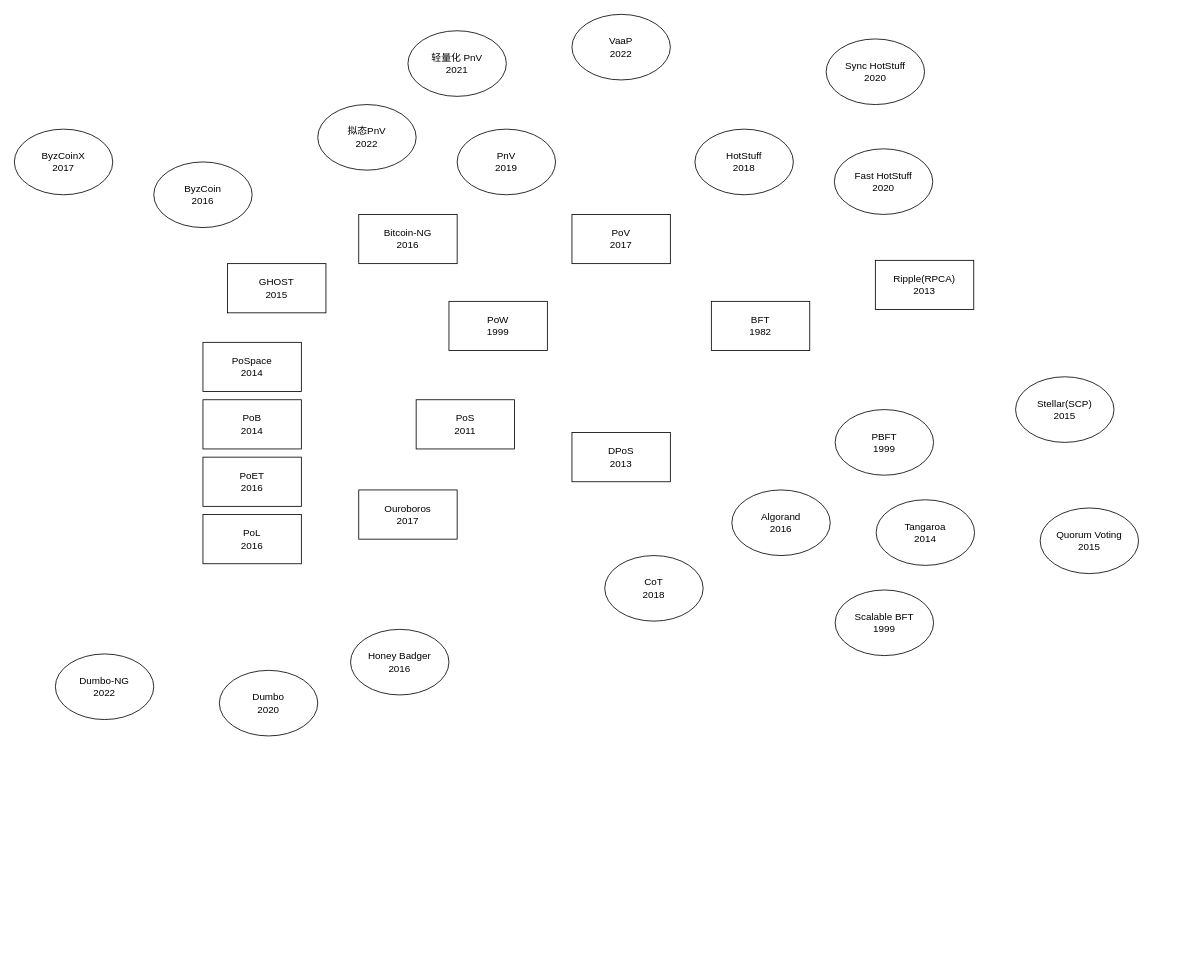
Earlier version of the draw.io diagram ppov.drawio (cynic-1/Graphs). Source tidied: cells renumbered, new cells numbered last; positions are measured from the earlier drawing's top-left corner, leaving out a move shared by most shapes. Both pictures are drawn from the tidied source at 82%, with x=0, y=0 at pixel (14, 14).
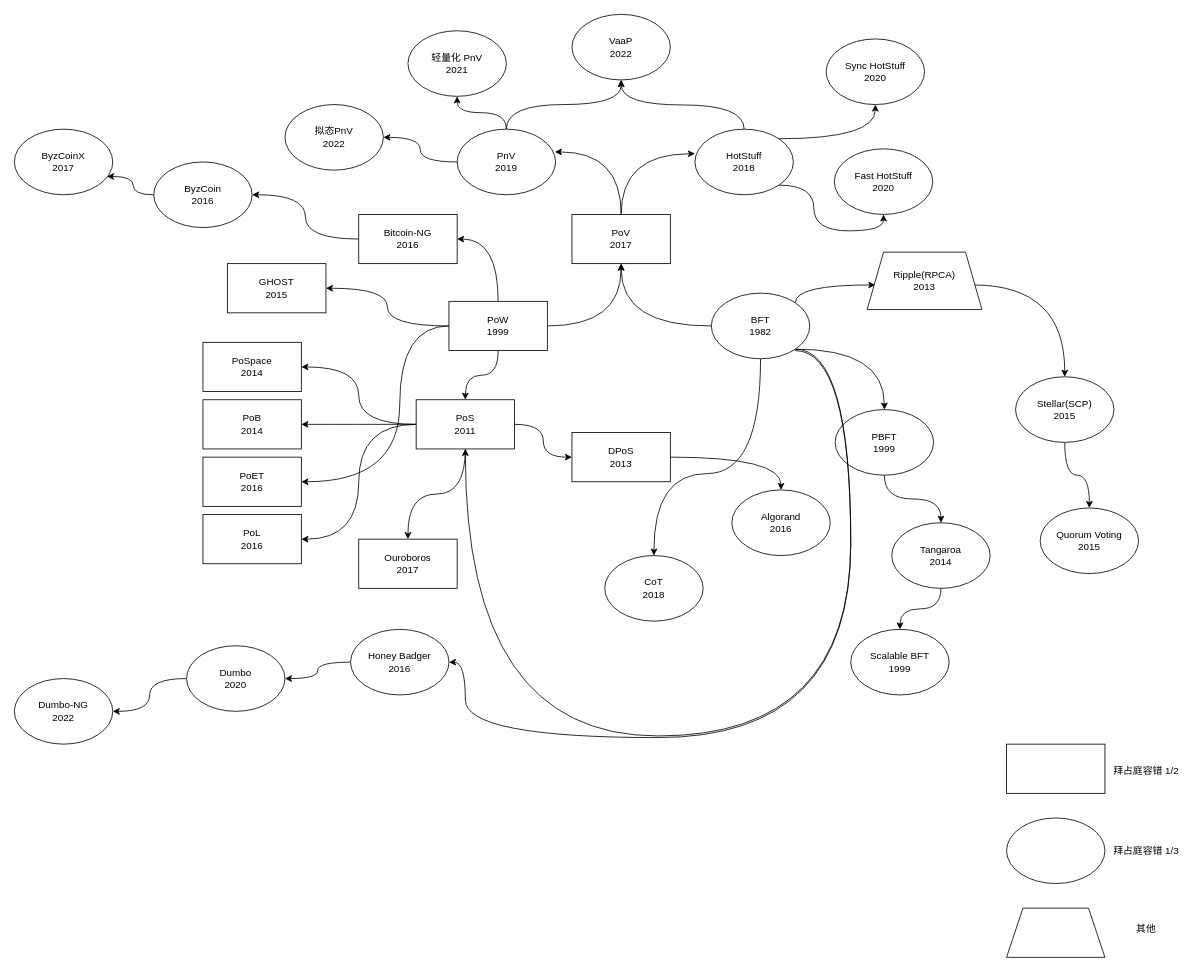
After the change.

The change refers to these unchanged cells:
```xml
<mxCell id="2" value="PoV&lt;br&gt;2017" style="rounded=0;whiteSpace=wrap;html=1;" parent="1" vertex="1">
  <mxGeometry x="680" y="244" width="120" height="60" as="geometry" />
</mxCell>
<mxCell id="3" value="PnV&lt;br&gt;2019" style="ellipse;whiteSpace=wrap;html=1;" parent="1" vertex="1">
  <mxGeometry x="540" y="140" width="120" height="80" as="geometry" />
</mxCell>
<mxCell id="4" value="HotStuff&lt;br&gt;2018" style="ellipse;whiteSpace=wrap;html=1;" parent="1" vertex="1">
  <mxGeometry x="830" y="140" width="120" height="80" as="geometry" />
</mxCell>
<mxCell id="5" value="PoW&lt;br&gt;1999" style="rounded=0;whiteSpace=wrap;html=1;" parent="1" vertex="1">
  <mxGeometry x="530" y="350" width="120" height="60" as="geometry" />
</mxCell>
<mxCell id="7" value="PoS&lt;br&gt;2011" style="rounded=0;whiteSpace=wrap;html=1;" parent="1" vertex="1">
  <mxGeometry x="490" y="470" width="120" height="60" as="geometry" />
</mxCell>
<mxCell id="8" value="DPoS&lt;br&gt;2013" style="rounded=0;whiteSpace=wrap;html=1;" parent="1" vertex="1">
  <mxGeometry x="680" y="510" width="120" height="60" as="geometry" />
</mxCell>
<mxCell id="10" value="GHOST&lt;br&gt;2015" style="rounded=0;whiteSpace=wrap;html=1;" parent="1" vertex="1">
  <mxGeometry x="260" y="304" width="120" height="60" as="geometry" />
</mxCell>
<mxCell id="11" value="PoSpace&lt;br&gt;2014" style="rounded=0;whiteSpace=wrap;html=1;" parent="1" vertex="1">
  <mxGeometry x="230" y="400" width="120" height="60" as="geometry" />
</mxCell>
<mxCell id="12" value="PoB&lt;br&gt;2014" style="rounded=0;whiteSpace=wrap;html=1;" parent="1" vertex="1">
  <mxGeometry x="230" y="470" width="120" height="60" as="geometry" />
</mxCell>
<mxCell id="13" value="PoET&lt;br&gt;2016" style="rounded=0;whiteSpace=wrap;html=1;" parent="1" vertex="1">
  <mxGeometry x="230" y="540" width="120" height="60" as="geometry" />
</mxCell>
<mxCell id="14" value="PoL&lt;br&gt;2016" style="rounded=0;whiteSpace=wrap;html=1;" parent="1" vertex="1">
  <mxGeometry x="230" y="610" width="120" height="60" as="geometry" />
</mxCell>
<mxCell id="15" value="Bitcoin-NG&lt;br&gt;2016" style="rounded=0;whiteSpace=wrap;html=1;" parent="1" vertex="1">
  <mxGeometry x="420" y="244" width="120" height="60" as="geometry" />
</mxCell>
<mxCell id="17" value="轻量化 PnV&lt;br&gt;2021" style="ellipse;whiteSpace=wrap;html=1;" parent="1" vertex="1">
  <mxGeometry x="480" y="20" width="120" height="80" as="geometry" />
</mxCell>
<mxCell id="19" value="VaaP&lt;br&gt;2022" style="ellipse;whiteSpace=wrap;html=1;" parent="1" vertex="1">
  <mxGeometry x="680" width="120" height="80" as="geometry" />
</mxCell>
<mxCell id="20" value="Sync HotStuff&lt;br&gt;2020" style="ellipse;whiteSpace=wrap;html=1;" parent="1" vertex="1">
  <mxGeometry x="990" y="30" width="120" height="80" as="geometry" />
</mxCell>
<mxCell id="21" value="Fast HotStuff&lt;br&gt;2020" style="ellipse;whiteSpace=wrap;html=1;" parent="1" vertex="1">
  <mxGeometry x="1000" y="164" width="120" height="80" as="geometry" />
</mxCell>
<mxCell id="22" value="PBFT&lt;br&gt;1999" style="ellipse;whiteSpace=wrap;html=1;" parent="1" vertex="1">
  <mxGeometry x="1001" y="482" width="120" height="80" as="geometry" />
</mxCell>
<mxCell id="25" value="Stellar(SCP)&lt;br&gt;2015" style="ellipse;whiteSpace=wrap;html=1;" parent="1" vertex="1">
  <mxGeometry x="1221" y="442" width="120" height="80" as="geometry" />
</mxCell>
<mxCell id="26" value="Quorum Voting&lt;br&gt;2015" style="ellipse;whiteSpace=wrap;html=1;" parent="1" vertex="1">
  <mxGeometry x="1251" y="602" width="120" height="80" as="geometry" />
</mxCell>
<mxCell id="27" value="CoT&lt;br&gt;2018" style="ellipse;whiteSpace=wrap;html=1;" parent="1" vertex="1">
  <mxGeometry x="720" y="660" width="120" height="80" as="geometry" />
</mxCell>
<mxCell id="28" value="Algorand&lt;br&gt;2016" style="ellipse;whiteSpace=wrap;html=1;" parent="1" vertex="1">
  <mxGeometry x="875" y="580" width="120" height="80" as="geometry" />
</mxCell>
<mxCell id="29" value="Honey Badger&lt;br&gt;2016" style="ellipse;whiteSpace=wrap;html=1;" parent="1" vertex="1">
  <mxGeometry x="410" y="750" width="120" height="80" as="geometry" />
</mxCell>
<mxCell id="32" value="ByzCoin&lt;br&gt;2016" style="ellipse;whiteSpace=wrap;html=1;" parent="1" vertex="1">
  <mxGeometry x="170" y="180" width="120" height="80" as="geometry" />
</mxCell>
<mxCell id="33" value="ByzCoinX&lt;br&gt;2017" style="ellipse;whiteSpace=wrap;html=1;" parent="1" vertex="1">
  <mxGeometry y="140" width="120" height="80" as="geometry" />
</mxCell>
```

Change to the diagram source:
```diff
@@
+    <mxCell id="34" style="edgeStyle=orthogonalEdgeStyle;curved=1;rounded=0;jettySize=auto;html=1;entryX=0.993;entryY=0.347;entryDx=0;entryDy=0;entryPerimeter=0;exitX=0.5;exitY=0;exitDx=0;exitDy=0;" parent="1" edge="1" source="2" target="3">
+      <mxGeometry relative="1" as="geometry" />
+    </mxCell>
@@
+    <mxCell id="35" style="edgeStyle=orthogonalEdgeStyle;curved=1;rounded=0;jettySize=auto;html=1;exitX=0.5;exitY=0;exitDx=0;exitDy=0;entryX=0.5;entryY=1;entryDx=0;entryDy=0;" parent="1" edge="1" source="3" target="19">
+      <mxGeometry relative="1" as="geometry" />
+    </mxCell>
+    <mxCell id="36" style="edgeStyle=orthogonalEdgeStyle;curved=1;rounded=0;jettySize=auto;html=1;" parent="1" edge="1" source="3" target="17">
+      <mxGeometry relative="1" as="geometry" />
+    </mxCell>
+    <mxCell id="37" style="edgeStyle=orthogonalEdgeStyle;curved=1;rounded=0;jettySize=auto;html=1;exitX=0;exitY=0.5;exitDx=0;exitDy=0;" parent="1" edge="1" source="3" target="18">
+      <mxGeometry relative="1" as="geometry" />
+    </mxCell>
@@
+    <mxCell id="38" style="edgeStyle=orthogonalEdgeStyle;curved=1;rounded=0;jettySize=auto;html=1;exitX=0.5;exitY=0;exitDx=0;exitDy=0;" parent="1" edge="1" source="4">
+      <mxGeometry relative="1" as="geometry">
+        <mxPoint x="740" y="80" as="targetPoint" />
+      </mxGeometry>
+    </mxCell>
+    <mxCell id="39" style="edgeStyle=orthogonalEdgeStyle;curved=1;rounded=0;jettySize=auto;html=1;exitX=1;exitY=0;exitDx=0;exitDy=0;" parent="1" edge="1" source="4" target="20">
+      <mxGeometry relative="1" as="geometry" />
+    </mxCell>
+    <mxCell id="40" style="edgeStyle=orthogonalEdgeStyle;curved=1;rounded=0;jettySize=auto;html=1;exitX=1;exitY=1;exitDx=0;exitDy=0;entryX=0.5;entryY=1;entryDx=0;entryDy=0;" parent="1" edge="1" source="4" target="21">
+      <mxGeometry relative="1" as="geometry" />
+    </mxCell>
@@
+    <mxCell id="41" style="edgeStyle=orthogonalEdgeStyle;curved=1;rounded=0;jettySize=auto;html=1;entryX=0.5;entryY=1;entryDx=0;entryDy=0;" parent="1" edge="1" source="5" target="2">
+      <mxGeometry relative="1" as="geometry" />
+    </mxCell>
+    <mxCell id="42" style="edgeStyle=orthogonalEdgeStyle;curved=1;rounded=0;jettySize=auto;html=1;entryX=1;entryY=0.5;entryDx=0;entryDy=0;" parent="1" edge="1" source="5" target="10">
+      <mxGeometry relative="1" as="geometry" />
+    </mxCell>
+    <mxCell id="43" style="edgeStyle=orthogonalEdgeStyle;curved=1;rounded=0;jettySize=auto;html=1;entryX=1;entryY=0.5;entryDx=0;entryDy=0;" parent="1" edge="1" source="5" target="13">
+      <mxGeometry relative="1" as="geometry">
+        <Array as="points">
+          <mxPoint x="470" y="380" />
+          <mxPoint x="470" y="570" />
+        </Array>
+      </mxGeometry>
+    </mxCell>
+    <mxCell id="44" style="edgeStyle=orthogonalEdgeStyle;curved=1;rounded=0;jettySize=auto;html=1;" parent="1" edge="1" source="5" target="7">
+      <mxGeometry relative="1" as="geometry" />
+    </mxCell>
+    <mxCell id="45" style="edgeStyle=orthogonalEdgeStyle;curved=1;rounded=0;jettySize=auto;html=1;entryX=1;entryY=0.5;entryDx=0;entryDy=0;" parent="1" edge="1" source="5" target="15">
+      <mxGeometry relative="1" as="geometry" />
+    </mxCell>
@@
-    <mxCell id="6" value="BFT&lt;br&gt;1982" style="rounded=0;whiteSpace=wrap;html=1;" parent="1" vertex="1">
-      <mxGeometry x="850" y="350" width="120" height="60" as="geometry" />
-    </mxCell>
+    <mxCell id="46" style="edgeStyle=orthogonalEdgeStyle;curved=1;rounded=0;jettySize=auto;html=1;" parent="1" edge="1" target="2">
+      <mxGeometry relative="1" as="geometry">
+        <mxPoint x="850" y="380" as="sourcePoint" />
+      </mxGeometry>
+    </mxCell>
+    <mxCell id="47" style="edgeStyle=orthogonalEdgeStyle;curved=1;rounded=0;jettySize=auto;html=1;entryX=0;entryY=0.5;entryDx=0;entryDy=0;" parent="1" edge="1" source="7" target="8">
+      <mxGeometry relative="1" as="geometry" />
+    </mxCell>
+    <mxCell id="48" style="edgeStyle=orthogonalEdgeStyle;curved=1;rounded=0;jettySize=auto;html=1;entryX=1;entryY=0.5;entryDx=0;entryDy=0;" parent="1" edge="1" source="7" target="11">
+      <mxGeometry relative="1" as="geometry" />
+    </mxCell>
+    <mxCell id="49" style="edgeStyle=orthogonalEdgeStyle;curved=1;rounded=0;jettySize=auto;html=1;entryX=1;entryY=0.5;entryDx=0;entryDy=0;" parent="1" edge="1" source="7" target="12">
+      <mxGeometry relative="1" as="geometry" />
+    </mxCell>
+    <mxCell id="50" style="edgeStyle=orthogonalEdgeStyle;curved=1;rounded=0;jettySize=auto;html=1;entryX=1;entryY=0.5;entryDx=0;entryDy=0;" parent="1" edge="1" source="7" target="14">
+      <mxGeometry relative="1" as="geometry" />
+    </mxCell>
+    <mxCell id="51" style="edgeStyle=orthogonalEdgeStyle;curved=1;rounded=0;jettySize=auto;html=1;" parent="1" edge="1" source="7" target="9">
+      <mxGeometry relative="1" as="geometry" />
+    </mxCell>
@@
+    <mxCell id="52" style="edgeStyle=orthogonalEdgeStyle;curved=1;rounded=0;jettySize=auto;html=1;" parent="1" edge="1" source="8" target="28">
+      <mxGeometry relative="1" as="geometry" />
+    </mxCell>
@@
     <mxCell id="9" value="Ouroboros&lt;br&gt;2017" style="rounded=0;whiteSpace=wrap;html=1;" parent="1" vertex="1">
-      <mxGeometry x="420" y="580" width="120" height="60" as="geometry" />
+      <mxGeometry x="420" y="640" width="120" height="60" as="geometry" />
     </mxCell>
@@
+    <mxCell id="53" style="edgeStyle=orthogonalEdgeStyle;curved=1;rounded=0;jettySize=auto;html=1;" parent="1" edge="1" source="15" target="32">
+      <mxGeometry relative="1" as="geometry" />
+    </mxCell>
@@
-    <mxCell id="16" value="Ripple(RPCA)&lt;br&gt;2013" style="rounded=0;whiteSpace=wrap;html=1;" parent="1" vertex="1">
-      <mxGeometry x="1050" y="300" width="120" height="60" as="geometry" />
-    </mxCell>
+    <mxCell id="54" style="edgeStyle=orthogonalEdgeStyle;curved=1;rounded=0;jettySize=auto;html=1;" parent="1" edge="1" target="25">
+      <mxGeometry relative="1" as="geometry">
+        <mxPoint x="1170" y="330" as="sourcePoint" />
+      </mxGeometry>
+    </mxCell>
@@
     <mxCell id="18" value="拟态PnV&lt;br&gt;2022" style="ellipse;whiteSpace=wrap;html=1;" parent="1" vertex="1">
-      <mxGeometry x="370" y="110" width="120" height="80" as="geometry" />
+      <mxGeometry x="330" y="110" width="120" height="80" as="geometry" />
     </mxCell>
@@
+    <mxCell id="55" style="edgeStyle=orthogonalEdgeStyle;curved=1;rounded=0;jettySize=auto;html=1;" parent="1" edge="1" source="22" target="23">
+      <mxGeometry relative="1" as="geometry" />
+    </mxCell>
@@
+    <mxCell id="56" style="edgeStyle=orthogonalEdgeStyle;curved=1;rounded=0;jettySize=auto;html=1;" parent="1" edge="1" source="23" target="24">
+      <mxGeometry relative="1" as="geometry" />
+    </mxCell>
     <mxCell id="23" value="Tangaroa&lt;br&gt;2014" style="ellipse;whiteSpace=wrap;html=1;" parent="1" vertex="1">
-      <mxGeometry x="1051" y="592" width="120" height="80" as="geometry" />
+      <mxGeometry x="1070" y="620" width="120" height="80" as="geometry" />
     </mxCell>
     <mxCell id="24" value="Scalable BFT&lt;br&gt;1999" style="ellipse;whiteSpace=wrap;html=1;" parent="1" vertex="1">
-      <mxGeometry x="1001" y="702" width="120" height="80" as="geometry" />
+      <mxGeometry x="1020" y="750" width="120" height="80" as="geometry" />
     </mxCell>
+    <mxCell id="57" style="edgeStyle=orthogonalEdgeStyle;curved=1;rounded=0;jettySize=auto;html=1;" parent="1" edge="1" source="25" target="26">
+      <mxGeometry relative="1" as="geometry" />
+    </mxCell>
@@
+    <mxCell id="58" style="edgeStyle=orthogonalEdgeStyle;curved=1;rounded=0;jettySize=auto;html=1;entryX=1;entryY=0.5;entryDx=0;entryDy=0;" parent="1" edge="1" source="29" target="30">
+      <mxGeometry relative="1" as="geometry" />
+    </mxCell>
@@
+    <mxCell id="59" style="edgeStyle=orthogonalEdgeStyle;curved=1;rounded=0;jettySize=auto;html=1;entryX=1;entryY=0.5;entryDx=0;entryDy=0;" parent="1" edge="1" source="30" target="31">
+      <mxGeometry relative="1" as="geometry" />
+    </mxCell>
     <mxCell id="30" value="Dumbo&lt;br&gt;2020" style="ellipse;whiteSpace=wrap;html=1;" parent="1" vertex="1">
-      <mxGeometry x="250" y="800" width="120" height="80" as="geometry" />
+      <mxGeometry x="210" y="770" width="120" height="80" as="geometry" />
     </mxCell>
     <mxCell id="31" value="Dumbo-NG&lt;br&gt;2022" style="ellipse;whiteSpace=wrap;html=1;" parent="1" vertex="1">
-      <mxGeometry x="50" y="780" width="120" height="80" as="geometry" />
+      <mxGeometry y="810" width="120" height="80" as="geometry" />
     </mxCell>
@@
+    <mxCell id="60" style="edgeStyle=orthogonalEdgeStyle;curved=1;rounded=0;jettySize=auto;html=1;exitX=0.5;exitY=0;exitDx=0;exitDy=0;entryX=0;entryY=0.375;entryDx=0;entryDy=0;entryPerimeter=0;" parent="1" edge="1" source="2" target="4">
+      <mxGeometry relative="1" as="geometry" />
+    </mxCell>
+    <mxCell id="61" style="edgeStyle=orthogonalEdgeStyle;curved=1;rounded=0;jettySize=auto;html=1;exitX=1;exitY=0;exitDx=0;exitDy=0;" parent="1" edge="1" source="6">
+      <mxGeometry relative="1" as="geometry">
+        <mxPoint x="1050" y="330" as="targetPoint" />
+        <Array as="points">
+          <mxPoint x="952" y="330" />
+        </Array>
+      </mxGeometry>
+    </mxCell>
+    <mxCell id="62" style="edgeStyle=orthogonalEdgeStyle;curved=1;rounded=0;jettySize=auto;html=1;exitX=1;exitY=1;exitDx=0;exitDy=0;" parent="1" edge="1" source="6" target="22">
+      <mxGeometry relative="1" as="geometry" />
+    </mxCell>
+    <mxCell id="63" style="edgeStyle=orthogonalEdgeStyle;curved=1;rounded=0;jettySize=auto;html=1;exitX=0.5;exitY=1;exitDx=0;exitDy=0;" parent="1" edge="1" source="6" target="27">
+      <mxGeometry relative="1" as="geometry">
+        <Array as="points">
+          <mxPoint x="910" y="560" />
+          <mxPoint x="780" y="560" />
+        </Array>
+      </mxGeometry>
+    </mxCell>
+    <mxCell id="64" style="edgeStyle=orthogonalEdgeStyle;curved=1;rounded=0;jettySize=auto;html=1;exitX=1;exitY=1;exitDx=0;exitDy=0;entryX=0.5;entryY=1;entryDx=0;entryDy=0;" parent="1" edge="1" source="6" target="7">
+      <mxGeometry relative="1" as="geometry">
+        <Array as="points">
+          <mxPoint x="1020" y="408" />
+          <mxPoint x="1020" y="880" />
+          <mxPoint x="550" y="880" />
+        </Array>
+      </mxGeometry>
+    </mxCell>
+    <mxCell id="6" value="BFT&lt;br&gt;1982" style="ellipse;whiteSpace=wrap;html=1;" parent="1" vertex="1">
+      <mxGeometry x="850" y="340" width="120" height="80" as="geometry" />
+    </mxCell>
+    <mxCell id="65" style="edgeStyle=orthogonalEdgeStyle;curved=1;rounded=0;jettySize=auto;html=1;exitX=1;exitY=1;exitDx=0;exitDy=0;entryX=1;entryY=0.5;entryDx=0;entryDy=0;" parent="1" edge="1" target="29">
+      <mxGeometry relative="1" as="geometry">
+        <mxPoint x="952" y="410" as="sourcePoint" />
+        <Array as="points">
+          <mxPoint x="1020" y="410" />
+          <mxPoint x="1020" y="882" />
+          <mxPoint x="550" y="882" />
+          <mxPoint x="550" y="790" />
+        </Array>
+      </mxGeometry>
+    </mxCell>
+    <mxCell id="66" style="edgeStyle=orthogonalEdgeStyle;curved=1;rounded=0;jettySize=auto;html=1;entryX=0.942;entryY=0.721;entryDx=0;entryDy=0;entryPerimeter=0;" parent="1" edge="1" source="32" target="33">
+      <mxGeometry relative="1" as="geometry" />
+    </mxCell>
+    <mxCell id="16" value="Ripple(RPCA)&lt;br&gt;2013" style="shape=trapezoid;perimeter=trapezoidPerimeter;whiteSpace=wrap;html=1;fixedSize=1;" parent="1" vertex="1">
+      <mxGeometry x="1040" y="290" width="140" height="70" as="geometry" />
+    </mxCell>
+    <mxCell id="67" style="rounded=0;whiteSpace=wrap;html=1;" parent="1" vertex="1">
+      <mxGeometry x="1210" y="890" width="120" height="60" as="geometry" />
+    </mxCell>
+    <mxCell id="68" value="拜占庭容错 1/2" style="text;html=1;align=center;verticalAlign=middle;strokeColor=none;fillColor=none;" parent="1" vertex="1">
+      <mxGeometry x="1330" y="908" width="100" height="30" as="geometry" />
+    </mxCell>
+    <mxCell id="69" style="ellipse;whiteSpace=wrap;html=1;" parent="1" vertex="1">
+      <mxGeometry x="1210" y="980" width="120" height="80" as="geometry" />
+    </mxCell>
+    <mxCell id="70" value="拜占庭容错 1/3" style="text;html=1;align=center;verticalAlign=middle;strokeColor=none;fillColor=none;" parent="1" vertex="1">
+      <mxGeometry x="1330" y="1005" width="100" height="30" as="geometry" />
+    </mxCell>
+    <mxCell id="71" style="shape=trapezoid;perimeter=trapezoidPerimeter;whiteSpace=wrap;html=1;fixedSize=1;" parent="1" vertex="1">
+      <mxGeometry x="1210" y="1090" width="120" height="60" as="geometry" />
+    </mxCell>
+    <mxCell id="72" value="其他" style="text;html=1;align=center;verticalAlign=middle;strokeColor=none;fillColor=none;" parent="1" vertex="1">
+      <mxGeometry x="1355" y="1100" width="50" height="30" as="geometry" />
+    </mxCell>
```
